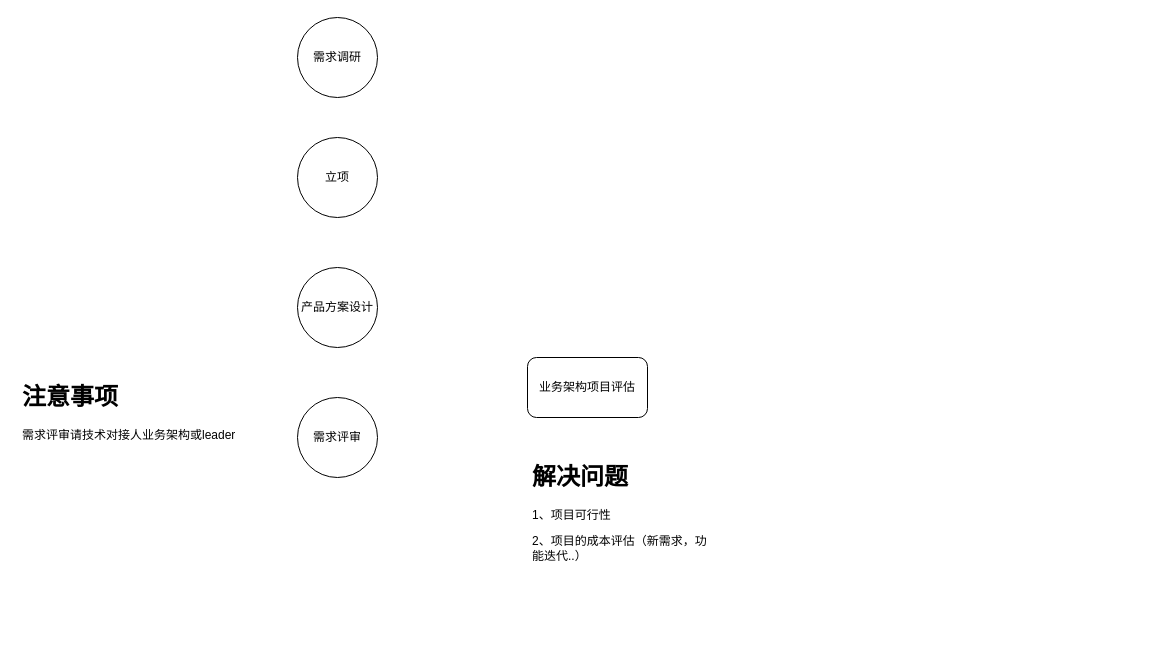
The draw.io diagram 需求开发流程.drawio in NonePro/UML, before the edit. Source tidied: cells renumbered, new cells numbered last; positions are measured from the earlier drawing's top-left corner, leaving out a move shared by most shapes. Both pictures are drawn from the tidied source at 100%, with x=0, y=0 at pixel (17, 17).
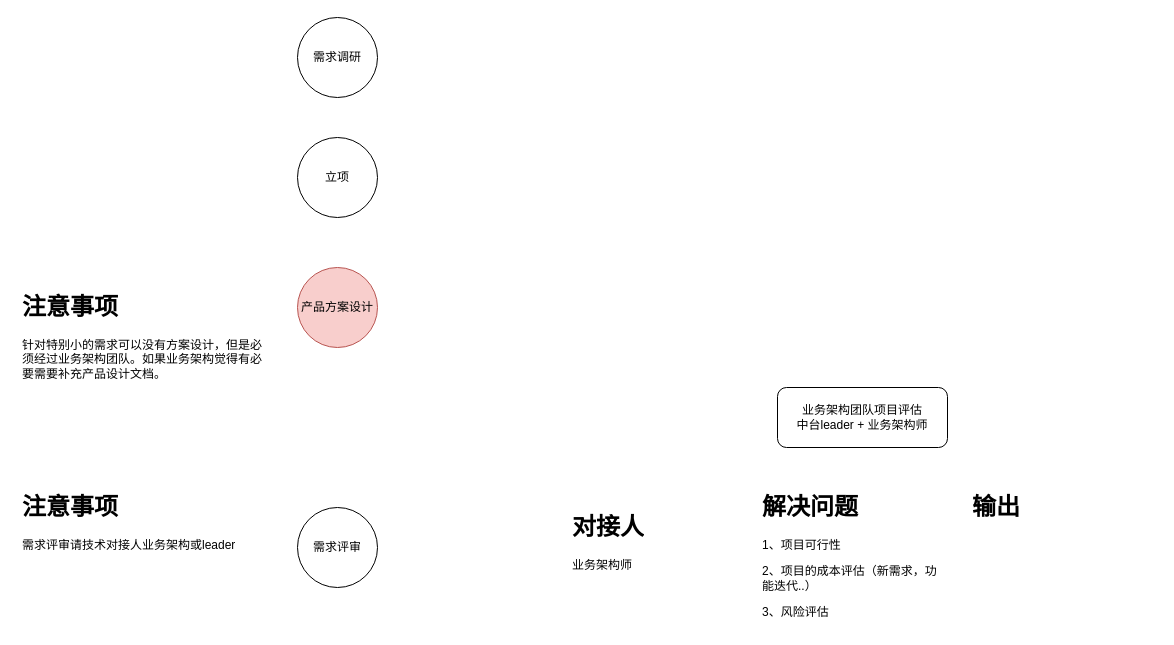
The same diagram, later.

Commit message (it also covers changes not shown here):
Update 需求开发流程.drawio

Diff of the diagram source:
```diff
@@
 <mxGraphModel>
   <root>
     <mxCell id="0" />
     <mxCell id="1" parent="0" />
     <mxCell id="2" value="需求调研" style="ellipse;whiteSpace=wrap;html=1;" parent="1" vertex="1">
       <mxGeometry x="280" width="80" height="80" as="geometry" />
     </mxCell>
     <mxCell id="3" value="需求评审" style="ellipse;whiteSpace=wrap;html=1;" parent="1" vertex="1">
-      <mxGeometry x="280" y="380" width="80" height="80" as="geometry" />
+      <mxGeometry x="280" y="490" width="80" height="80" as="geometry" />
     </mxCell>
     <mxCell id="4" value="立项" style="ellipse;whiteSpace=wrap;html=1;" parent="1" vertex="1">
       <mxGeometry x="280" y="120" width="80" height="80" as="geometry" />
     </mxCell>
-    <mxCell id="5" value="产品方案设计" style="ellipse;whiteSpace=wrap;html=1;" parent="1" vertex="1">
+    <mxCell id="5" value="产品方案设计" style="ellipse;whiteSpace=wrap;html=1;fillColor=#f8cecc;strokeColor=#b85450;" parent="1" vertex="1">
       <mxGeometry x="280" y="250" width="80" height="80" as="geometry" />
     </mxCell>
-    <mxCell id="6" value="业务架构项目评估" style="rounded=1;whiteSpace=wrap;html=1;" parent="1" vertex="1">
-      <mxGeometry x="510" y="340" width="120" height="60" as="geometry" />
+    <mxCell id="6" value="业务架构团队项目评估&lt;br&gt;中台leader + 业务架构师&lt;br&gt;" style="rounded=1;whiteSpace=wrap;html=1;" parent="1" vertex="1">
+      <mxGeometry x="760" y="370" width="170" height="60" as="geometry" />
     </mxCell>
-    <mxCell id="7" value="&lt;h1&gt;解决问题&lt;/h1&gt;&lt;p&gt;1、项目可行性&lt;/p&gt;&lt;p&gt;2、项目的成本评估（新需求，功能迭代..）&lt;/p&gt;" style="text;html=1;strokeColor=none;fillColor=none;spacing=5;spacingTop=-20;whiteSpace=wrap;overflow=hidden;rounded=0;" parent="1" vertex="1">
-      <mxGeometry x="510" y="440" width="190" height="120" as="geometry" />
+    <mxCell id="7" value="&lt;h1&gt;解决问题&lt;/h1&gt;&lt;p&gt;1、项目可行性&lt;/p&gt;&lt;p&gt;2、项目的成本评估（新需求，功能迭代..）&lt;/p&gt;&lt;p&gt;3、风险评估&lt;/p&gt;" style="text;html=1;strokeColor=none;fillColor=none;spacing=5;spacingTop=-20;whiteSpace=wrap;overflow=hidden;rounded=0;" parent="1" vertex="1">
+      <mxGeometry x="740" y="470" width="190" height="140" as="geometry" />
     </mxCell>
     <mxCell id="8" value="&lt;h1&gt;注意事项&lt;/h1&gt;&lt;p&gt;需求评审请技术对接人业务架构或leader&lt;/p&gt;" style="text;html=1;strokeColor=none;fillColor=none;spacing=5;spacingTop=-20;whiteSpace=wrap;overflow=hidden;rounded=0;" parent="1" vertex="1">
-      <mxGeometry y="360" width="250" height="120" as="geometry" />
+      <mxGeometry y="470" width="250" height="120" as="geometry" />
     </mxCell>
+    <mxCell id="9" value="&lt;h1&gt;输出&lt;/h1&gt;" style="text;html=1;strokeColor=none;fillColor=none;spacing=5;spacingTop=-20;whiteSpace=wrap;overflow=hidden;rounded=0;" parent="1" vertex="1">
+      <mxGeometry x="950" y="470" width="190" height="120" as="geometry" />
+    </mxCell>
+    <mxCell id="10" value="&lt;h1&gt;对接人&lt;/h1&gt;&lt;p&gt;业务架构师&lt;/p&gt;" style="text;html=1;strokeColor=none;fillColor=none;spacing=5;spacingTop=-20;whiteSpace=wrap;overflow=hidden;rounded=0;" parent="1" vertex="1">
+      <mxGeometry x="550" y="490" width="190" height="120" as="geometry" />
+    </mxCell>
+    <mxCell id="11" value="&lt;h1&gt;注意事项&lt;/h1&gt;&lt;p&gt;针对特别小的需求可以没有方案设计，但是必须经过业务架构团队。如果业务架构觉得有必要需要补充产品设计文档。&lt;/p&gt;" style="text;html=1;strokeColor=none;fillColor=none;spacing=5;spacingTop=-20;whiteSpace=wrap;overflow=hidden;rounded=0;" parent="1" vertex="1">
+      <mxGeometry y="270" width="250" height="120" as="geometry" />
+    </mxCell>
   </root>
 </mxGraphModel>
```
